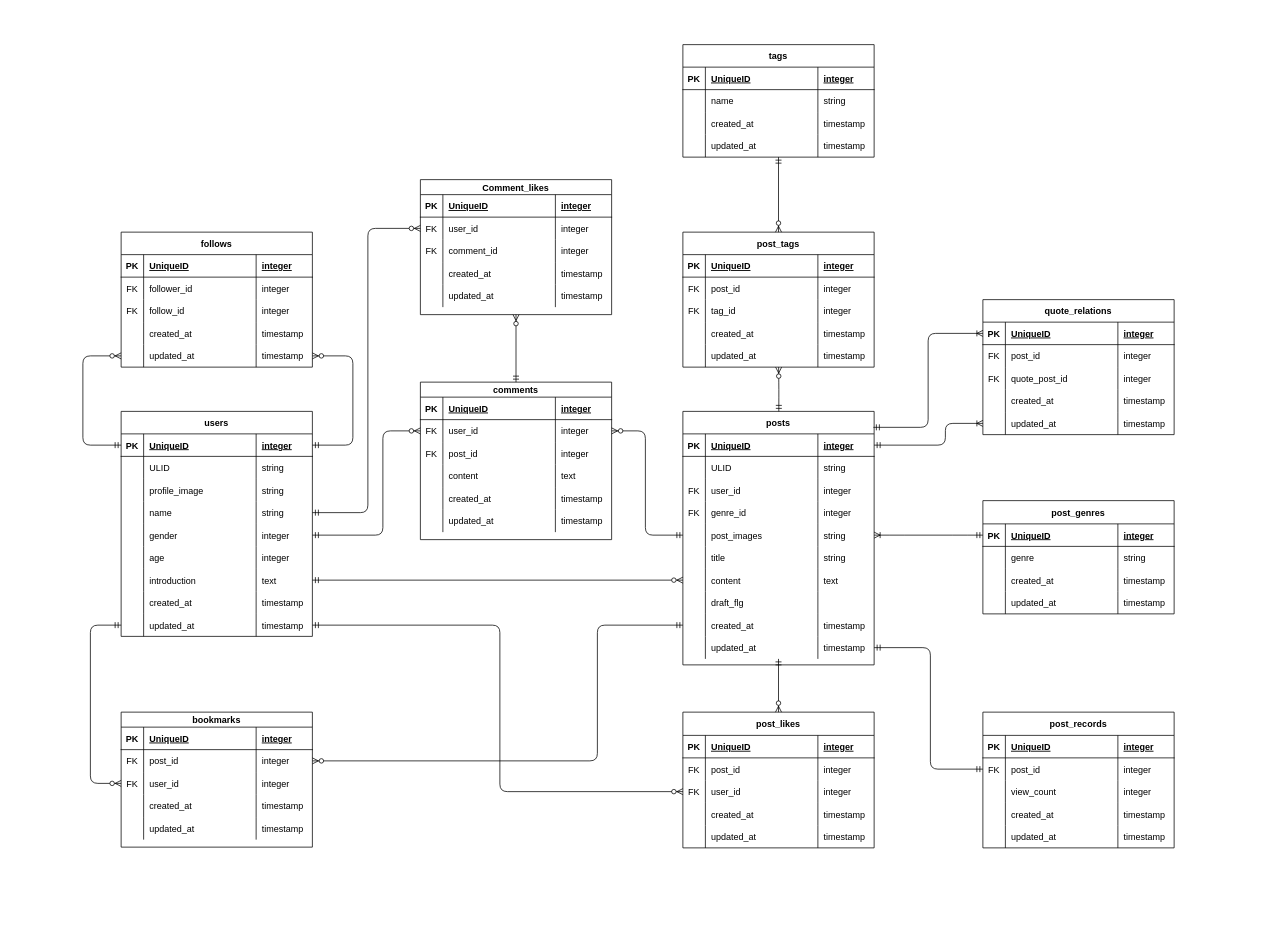
This is er_figure.drawio from Hanakus0/ideas_collection, a draw.io file, before an edit. Source tidied: cells renumbered, new cells numbered last; positions are measured from the earlier drawing's top-left corner, leaving out a move shared by most shapes. Both pictures are drawn from the tidied source at 75%, with x=0, y=0 at pixel (12, 12).
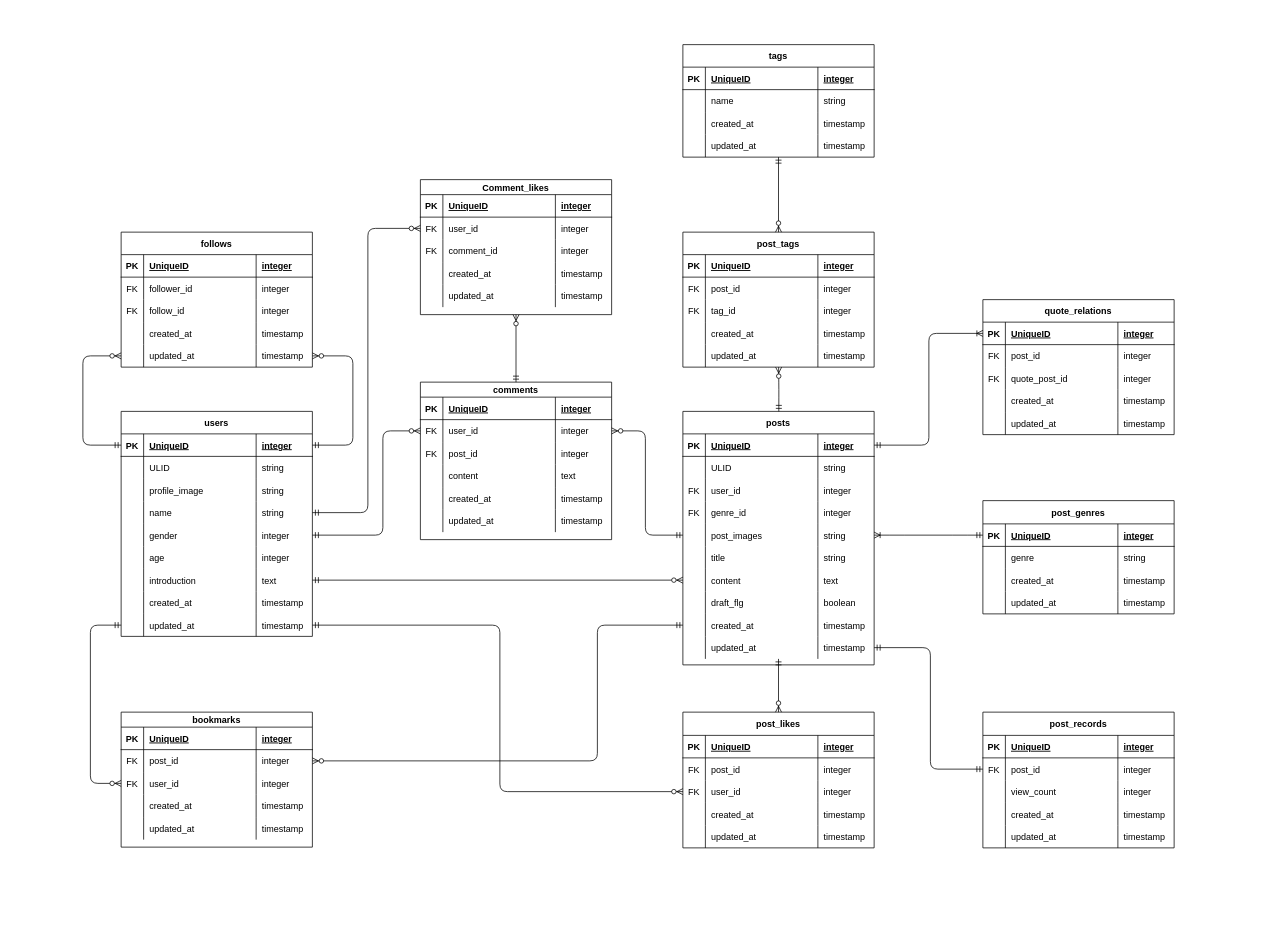
The same page after the edit.

Commit message (it also covers changes not shown here):
UPDATE(4): delete extra relation

Unchanged cells that the change refers to:
```xml
<mxCell id="39" value="posts" style="shape=table;startSize=30;childLayout=tableLayout;rowLines=0;fontStyle=1;align=center;" parent="1" vertex="1">
  <mxGeometry x="894" y="532" width="255" height="338" as="geometry" />
</mxCell>
<mxCell id="40" style="shape=tableRow;horizontal=0;startSize=0;swimlaneHead=0;swimlaneBody=0;fillColor=none;points=[[0,0.5],[1,0.5]];portConstraint=eastwest;top=0;left=0;right=0;bottom=1;" parent="39" vertex="1">
  <mxGeometry y="30" width="255" height="30" as="geometry" />
</mxCell>
<mxCell id="68" style="shape=tableRow;horizontal=0;startSize=0;swimlaneHead=0;swimlaneBody=0;fillColor=none;top=0;left=0;right=0;bottom=0;" parent="39" vertex="1">
  <mxGeometry y="240" width="255" height="30" as="geometry" />
</mxCell>
<mxCell id="231" style="shape=tableRow;horizontal=0;startSize=0;swimlaneHead=0;swimlaneBody=0;fillColor=none;points=[[0,0.5],[1,0.5]];portConstraint=eastwest;top=0;left=0;right=0;bottom=1;" parent="230" vertex="1">
  <mxGeometry y="30" width="255" height="30" as="geometry" />
</mxCell>
<mxCell id="247" style="shape=tableRow;horizontal=0;startSize=0;swimlaneHead=0;swimlaneBody=0;fillColor=none;points=[[0,0.5],[1,0.5]];portConstraint=eastwest;top=0;left=0;right=0;bottom=0;" parent="230" vertex="1">
  <mxGeometry y="150" width="255" height="30" as="geometry" />
</mxCell>
```

The edit, as a diff of the source:
```diff
@@
-    <mxCell id="71" style="shape=partialRectangle;fillColor=none;top=0;left=0;bottom=0;right=0;align=left;spacingLeft=6;overflow=hidden;" parent="68" vertex="1">
+    <mxCell id="71" value="boolean" style="shape=partialRectangle;fillColor=none;top=0;left=0;bottom=0;right=0;align=left;spacingLeft=6;overflow=hidden;" parent="68" vertex="1">
       <mxGeometry x="180" width="75" height="30" as="geometry" />
     </mxCell>
@@
-    <mxCell id="251" style="edgeStyle=elbowEdgeStyle;fontSize=12;html=1;endArrow=ERoneToMany;startArrow=ERmandOne;exitX=0.996;exitY=0.063;exitDx=0;exitDy=0;entryX=0;entryY=0.5;entryDx=0;entryDy=0;exitPerimeter=0;" parent="1" edge="1" source="39" target="231">
+    <mxCell id="251" style="edgeStyle=elbowEdgeStyle;fontSize=12;html=1;endArrow=ERoneToMany;startArrow=ERmandOne;exitX=1;exitY=0.5;exitDx=0;exitDy=0;entryX=0;entryY=0.5;entryDx=0;entryDy=0;" parent="1" edge="1" source="40" target="231">
       <mxGeometry relative="1" as="geometry" />
     </mxCell>
-    <mxCell id="252" style="edgeStyle=elbowEdgeStyle;fontSize=12;html=1;endArrow=ERoneToMany;startArrow=ERmandOne;exitX=1;exitY=0.5;exitDx=0;exitDy=0;entryX=0;entryY=0.5;entryDx=0;entryDy=0;" parent="1" edge="1" source="40" target="247">
-      <mxGeometry relative="1" as="geometry">
-        <Array as="points">
-          <mxPoint x="1244" y="563" />
-        </Array>
-      </mxGeometry>
-    </mxCell>
```
